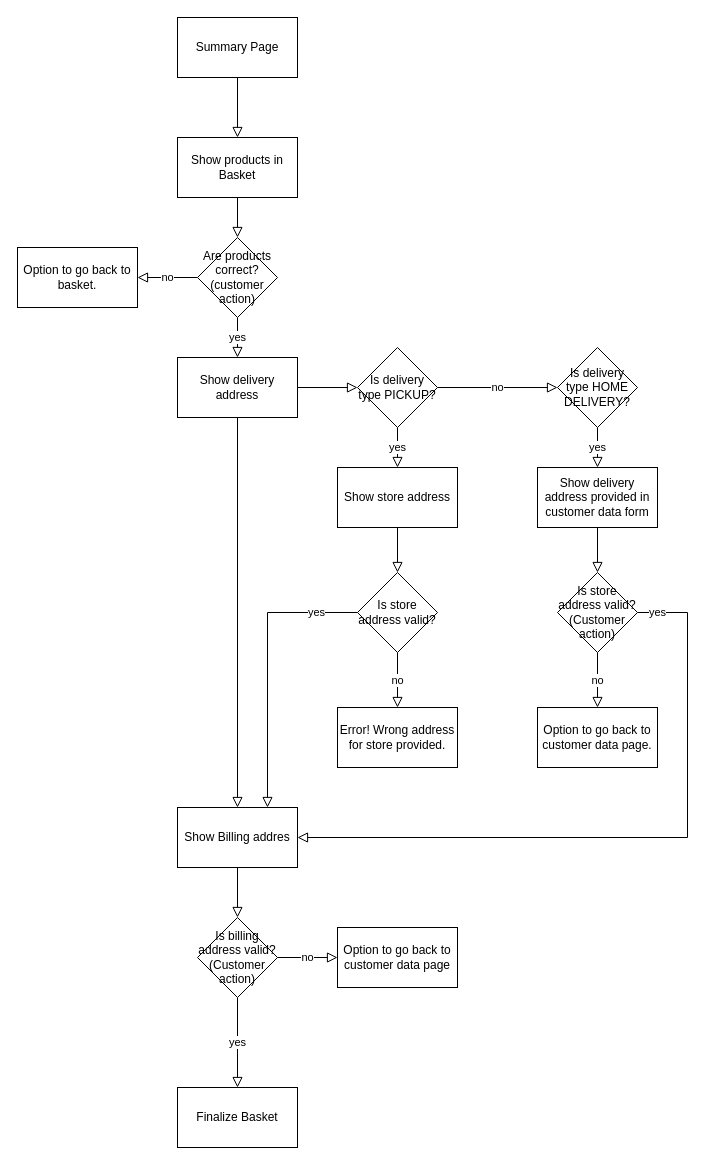
Earlier version of the draw.io diagram page "Summary" (3 of 4) of basket.drawio (jaegermoritz/test-wiki-diagrams). Source tidied: cells renumbered, new cells numbered last; positions are measured from the earlier drawing's top-left corner, leaving out a move shared by most shapes. Both pictures are drawn from the tidied source at 100%, with x=0, y=0 at pixel (17, 17).
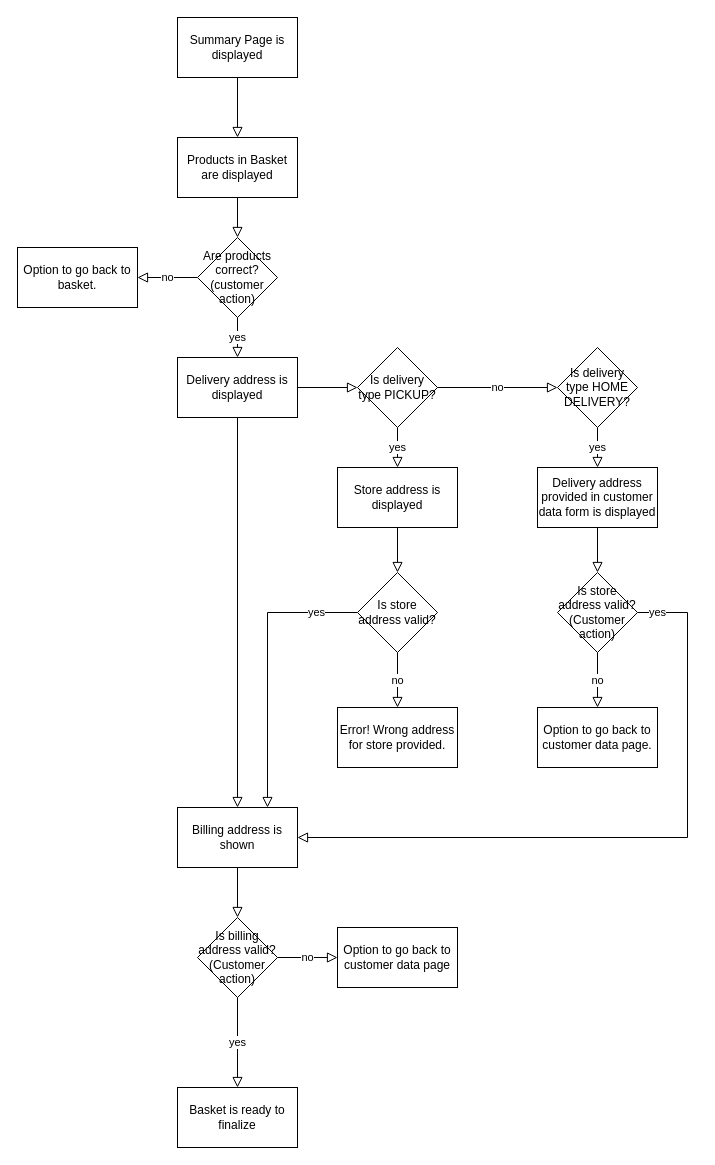
After the change.

Commit message:
Update wording of summary page elements

Diff of the diagram source:
```diff
@@
-    <mxCell id="3" value="Summary Page" style="whiteSpace=wrap;html=1;" parent="1" vertex="1">
+    <mxCell id="3" value="Summary Page is displayed" style="whiteSpace=wrap;html=1;" parent="1" vertex="1">
       <mxGeometry x="160" width="120" height="60" as="geometry" />
     </mxCell>
@@
-    <mxCell id="5" value="Show products in Basket" style="whiteSpace=wrap;html=1;" parent="1" vertex="1">
+    <mxCell id="5" value="Products in Basket are displayed" style="whiteSpace=wrap;html=1;" parent="1" vertex="1">
       <mxGeometry x="160" y="120" width="120" height="60" as="geometry" />
     </mxCell>
@@
-    <mxCell id="16" value="Show delivery address" style="whiteSpace=wrap;html=1;" parent="1" vertex="1">
+    <mxCell id="16" value="Delivery address is displayed" style="whiteSpace=wrap;html=1;" parent="1" vertex="1">
       <mxGeometry x="160" y="340" width="120" height="60" as="geometry" />
     </mxCell>
@@
-    <mxCell id="18" value="Show store address" style="whiteSpace=wrap;html=1;" parent="1" vertex="1">
+    <mxCell id="18" value="Store address is displayed" style="whiteSpace=wrap;html=1;" parent="1" vertex="1">
       <mxGeometry x="320" y="450" width="120" height="60" as="geometry" />
     </mxCell>
@@
-    <mxCell id="20" value="Show delivery address provided in customer data form" style="whiteSpace=wrap;html=1;" parent="1" vertex="1">
+    <mxCell id="20" value="Delivery address provided in customer data form is displayed" style="whiteSpace=wrap;html=1;" parent="1" vertex="1">
       <mxGeometry x="520" y="450" width="120" height="60" as="geometry" />
     </mxCell>
@@
-    <mxCell id="27" value="Show Billing addres" style="whiteSpace=wrap;html=1;" parent="1" vertex="1">
+    <mxCell id="27" value="Billing address is shown" style="whiteSpace=wrap;html=1;" parent="1" vertex="1">
       <mxGeometry x="160" y="790" width="120" height="60" as="geometry" />
     </mxCell>
@@
-    <mxCell id="35" value="Finalize Basket" style="whiteSpace=wrap;html=1;" parent="1" vertex="1">
+    <mxCell id="35" value="Basket is ready to finalize" style="whiteSpace=wrap;html=1;" parent="1" vertex="1">
       <mxGeometry x="160" y="1070" width="120" height="60" as="geometry" />
     </mxCell>
```
